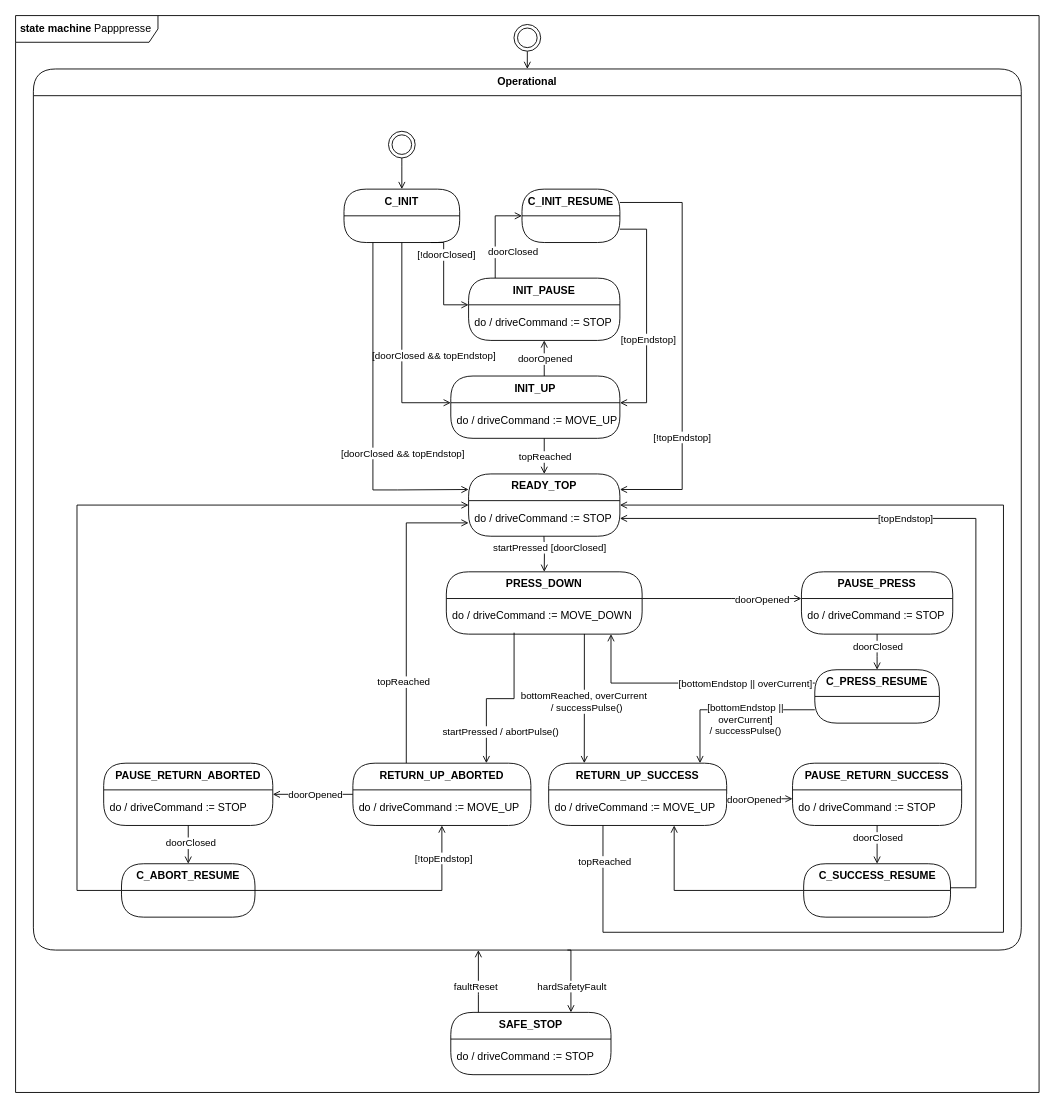
The draw.io diagram diagrams/state machine Papppresse.drawio in niklasdathe/Papppresse, before the edit. Source tidied: cells renumbered, new cells numbered last; positions are measured from the earlier drawing's top-left corner, leaving out a move shared by most shapes. Both pictures are drawn from the tidied source at 89%, with x=0, y=0 at pixel (15, 15).
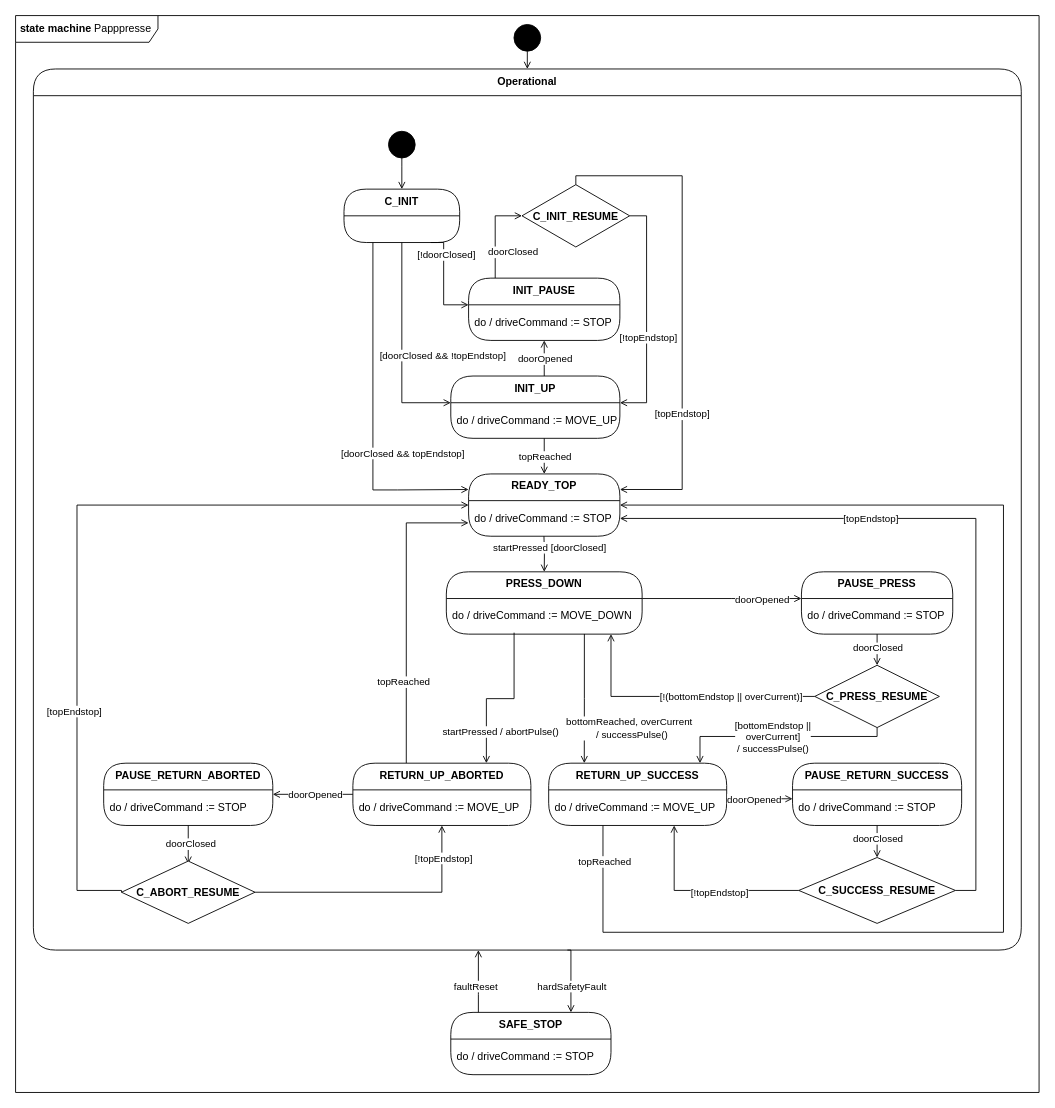
After the change.

The change refers to these unchanged cells:
```xml
<mxCell id="17" value="do / driveCommand := MOVE_UP" style="fillColor=none;strokeColor=none;align=left;verticalAlign=middle;spacingLeft=5;whiteSpace=wrap;html=1;" parent="16" vertex="1">
  <mxGeometry y="30" width="190" height="40" as="geometry" />
</mxCell>
<mxCell id="18" value="READY_TOP" style="swimlane;fontStyle=1;align=center;verticalAlign=top;horizontal=1;startSize=30;html=1;rounded=1;absoluteArcSize=1;arcSize=50;whiteSpace=wrap;" parent="1" vertex="1">
  <mxGeometry x="509" y="515" width="170" height="70" as="geometry" />
</mxCell>
<mxCell id="19" value="do / driveCommand := STOP" style="fillColor=none;strokeColor=none;align=left;verticalAlign=middle;spacingLeft=5;whiteSpace=wrap;html=1;" parent="18" vertex="1">
  <mxGeometry y="30" width="170" height="40" as="geometry" />
</mxCell>
<mxCell id="23" value="do / driveCommand := MOVE_DOWN" style="fillColor=none;strokeColor=none;align=left;verticalAlign=middle;spacingLeft=5;whiteSpace=wrap;html=1;" parent="22" vertex="1">
  <mxGeometry y="30" width="220" height="40" as="geometry" />
</mxCell>
<mxCell id="26" value="PAUSE_PRESS" style="swimlane;fontStyle=1;align=center;verticalAlign=top;horizontal=1;startSize=30;html=1;rounded=1;absoluteArcSize=1;arcSize=50;whiteSpace=wrap;" parent="1" vertex="1">
  <mxGeometry x="883" y="625" width="170" height="70" as="geometry" />
</mxCell>
<mxCell id="28" value="RETURN_UP_SUCCESS" style="swimlane;fontStyle=1;align=center;verticalAlign=top;horizontal=1;startSize=30;html=1;rounded=1;absoluteArcSize=1;arcSize=50;whiteSpace=wrap;" parent="1" vertex="1">
  <mxGeometry x="599" y="840" width="200" height="70" as="geometry" />
</mxCell>
<mxCell id="32" value="PAUSE_RETURN_SUCCESS" style="swimlane;fontStyle=1;align=center;verticalAlign=top;horizontal=1;startSize=30;html=1;rounded=1;absoluteArcSize=1;arcSize=50;whiteSpace=wrap;" parent="1" vertex="1">
  <mxGeometry x="873" y="840" width="190" height="70" as="geometry" />
</mxCell>
<mxCell id="38" value="RETURN_UP_ABORTED" style="swimlane;fontStyle=1;align=center;verticalAlign=top;horizontal=1;startSize=30;html=1;rounded=1;absoluteArcSize=1;arcSize=50;whiteSpace=wrap;" parent="1" vertex="1">
  <mxGeometry x="379" y="840" width="200" height="70" as="geometry" />
</mxCell>
<mxCell id="45" style="edgeStyle=orthogonalEdgeStyle;rounded=0;jettySize=auto;html=1;exitX=0.5;exitY=1;exitDx=0;exitDy=0;entryX=0;entryY=0;entryDx=0;entryDy=0;endArrow=open;endFill=0;" parent="1" edge="1" source="49" target="17">
  <mxGeometry relative="1" as="geometry">
    <Array as="points">
      <mxPoint x="434" y="435" />
    </Array>
  </mxGeometry>
</mxCell>
<mxCell id="49" value="C_INIT" style="swimlane;fontStyle=1;align=center;verticalAlign=top;horizontal=1;startSize=30;html=1;rounded=1;absoluteArcSize=1;arcSize=50;whiteSpace=wrap;" parent="1" vertex="1">
  <mxGeometry x="369" y="195" width="130" height="60" as="geometry" />
</mxCell>
<mxCell id="73" style="edgeStyle=orthogonalEdgeStyle;rounded=0;jettySize=auto;html=1;endArrow=open;endFill=0;exitX=0.705;exitY=0.996;exitDx=0;exitDy=0;exitPerimeter=0;" parent="1" edge="1" source="23">
  <mxGeometry relative="1" as="geometry">
    <mxPoint x="639" y="840" as="targetPoint" />
  </mxGeometry>
</mxCell>
<mxCell id="76" value="do / driveCommand := STOP" style="fillColor=none;strokeColor=none;align=left;verticalAlign=middle;spacingLeft=5;whiteSpace=wrap;html=1;" parent="75" vertex="1">
  <mxGeometry y="30" width="190" height="40" as="geometry" />
</mxCell>
```

Diff of the diagram source:
```diff
@@
     <mxCell id="24" style="edgeStyle=orthogonalEdgeStyle;rounded=0;jettySize=auto;html=1;entryX=0.5;entryY=0;entryDx=0;entryDy=0;endArrow=open;endFill=0;" parent="1" edge="1" source="26" target="66">
-      <mxGeometry relative="1" as="geometry">
-        <Array as="points">
-          <mxPoint x="968" y="720" />
-          <mxPoint x="968" y="720" />
-        </Array>
-      </mxGeometry>
+      <mxGeometry relative="1" as="geometry" />
     </mxCell>
     <mxCell id="25" value="doorClosed" style="edgeLabel;html=1;align=center;verticalAlign=middle;" parent="24" vertex="1">
-      <mxGeometry x="0.09" relative="1" as="geometry">
-        <mxPoint y="-9" as="offset" />
-      </mxGeometry>
+      <mxGeometry x="0.09" relative="1" as="geometry" />
     </mxCell>
@@
     <mxCell id="30" style="edgeStyle=orthogonalEdgeStyle;rounded=0;jettySize=auto;html=1;endArrow=open;endFill=0;entryX=0.5;entryY=0;entryDx=0;entryDy=0;" parent="1" edge="1" source="32" target="72">
-      <mxGeometry relative="1" as="geometry">
-        <Array as="points">
-          <mxPoint x="968" y="933" />
-          <mxPoint x="968" y="933" />
-        </Array>
-      </mxGeometry>
+      <mxGeometry relative="1" as="geometry" />
     </mxCell>
@@
-    <mxCell id="40" style="edgeStyle=orthogonalEdgeStyle;rounded=0;jettySize=auto;html=1;endArrow=open;endFill=0;" parent="1" edge="1" source="41">
+    <mxCell id="40" style="edgeStyle=orthogonalEdgeStyle;rounded=0;orthogonalLoop=1;jettySize=auto;html=1;endArrow=open;endFill=0;" parent="1" edge="1">
       <mxGeometry relative="1" as="geometry">
+        <mxPoint x="575" y="40" as="sourcePoint" />
         <mxPoint x="575" y="60" as="targetPoint" />
       </mxGeometry>
     </mxCell>
-    <mxCell id="41" style="ellipse;shape=doubleEllipse;html=1;dashed=0;whiteSpace=wrap;" parent="1" vertex="1">
-      <mxGeometry x="560" y="10" width="30" height="30" as="geometry" />
-    </mxCell>
-    <mxCell id="42" style="edgeStyle=orthogonalEdgeStyle;rounded=0;jettySize=auto;html=1;entryX=0.5;entryY=0;entryDx=0;entryDy=0;endArrow=open;endFill=0;exitX=0.5;exitY=1;exitDx=0;exitDy=0;" parent="1" edge="1" source="61" target="49">
+    <mxCell id="42" style="edgeStyle=orthogonalEdgeStyle;rounded=0;jettySize=auto;html=1;entryX=0.5;entryY=0;entryDx=0;entryDy=0;endArrow=open;endFill=0;exitX=0.5;exitY=1;exitDx=0;exitDy=0;" parent="1" edge="1" target="49">
       <mxGeometry relative="1" as="geometry">
+        <mxPoint x="434" y="160" as="sourcePoint" />
         <Array as="points">
           <mxPoint x="434" y="170" />
           <mxPoint x="434" y="170" />
         </Array>
       </mxGeometry>
     </mxCell>
@@
-    <mxCell id="46" value="[doorClosed &amp;amp;&amp;amp; topEndstop]" style="edgeLabel;html=1;align=center;verticalAlign=middle;" parent="45" vertex="1">
+    <mxCell id="46" value="[doorClosed &amp;amp;&amp;amp; !topEndstop]" style="edgeLabel;html=1;align=center;verticalAlign=middle;" parent="45" vertex="1">
       <mxGeometry x="-0.03" y="-4" relative="1" as="geometry">
-        <mxPoint x="39" y="12" as="offset" />
+        <mxPoint x="49" y="12" as="offset" />
       </mxGeometry>
     </mxCell>
@@
-    <mxCell id="52" style="edgeStyle=orthogonalEdgeStyle;rounded=0;jettySize=auto;html=1;entryX=1;entryY=0;entryDx=0;entryDy=0;exitX=1;exitY=0.75;exitDx=0;exitDy=0;endArrow=open;endFill=0;" parent="1" edge="1" source="57" target="17">
+    <mxCell id="52" style="edgeStyle=orthogonalEdgeStyle;rounded=0;jettySize=auto;html=1;entryX=1;entryY=0;entryDx=0;entryDy=0;exitX=1;exitY=0.5;exitDx=0;exitDy=0;endArrow=open;endFill=0;" parent="1" edge="1" source="57" target="17">
       <mxGeometry relative="1" as="geometry">
         <Array as="points">
-          <mxPoint x="709" y="240" />
+          <mxPoint x="709" y="225" />
           <mxPoint x="709" y="435" />
         </Array>
       </mxGeometry>
     </mxCell>
@@
-    <mxCell id="54" value="[topEndstop]" style="edgeLabel;html=1;align=center;verticalAlign=middle;" parent="52" vertex="1">
+    <mxCell id="54" value="[!topEndstop]" style="edgeLabel;html=1;align=center;verticalAlign=middle;" parent="52" vertex="1">
       <mxGeometry x="0.2" y="1" relative="1" as="geometry" />
     </mxCell>
-    <mxCell id="55" style="edgeStyle=orthogonalEdgeStyle;rounded=0;jettySize=auto;html=1;entryX=1;entryY=0.25;entryDx=0;entryDy=0;exitX=1;exitY=0.25;exitDx=0;exitDy=0;endArrow=open;endFill=0;" parent="1" edge="1" source="57" target="18">
+    <mxCell id="55" style="edgeStyle=orthogonalEdgeStyle;rounded=0;jettySize=auto;html=1;entryX=1;entryY=0.25;entryDx=0;entryDy=0;exitX=0.5;exitY=0;exitDx=0;exitDy=0;endArrow=open;endFill=0;" parent="1" edge="1" source="57" target="18">
       <mxGeometry relative="1" as="geometry">
         <Array as="points">
-          <mxPoint x="749" y="210" />
-          <mxPoint x="749" y="533" />
-          <mxPoint x="679" y="533" />
+          <mxPoint x="630" y="180" />
+          <mxPoint x="749" y="180" />
+          <mxPoint x="749" y="532" />
         </Array>
       </mxGeometry>
     </mxCell>
-    <mxCell id="56" value="[!topEndstop]" style="edgeLabel;html=1;align=center;verticalAlign=middle;" parent="55" vertex="1">
+    <mxCell id="56" value="[topEndstop]" style="edgeLabel;html=1;align=center;verticalAlign=middle;" parent="55" vertex="1">
       <mxGeometry x="0.44" y="-1" relative="1" as="geometry" />
     </mxCell>
-    <mxCell id="57" value="C_INIT_RESUME" style="swimlane;fontStyle=1;align=center;verticalAlign=top;horizontal=1;startSize=30;html=1;rounded=1;absoluteArcSize=1;arcSize=50;whiteSpace=wrap;" parent="1" vertex="1">
-      <mxGeometry x="569" y="195" width="110" height="60" as="geometry" />
-    </mxCell>
@@
-    <mxCell id="60" style="edgeStyle=orthogonalEdgeStyle;rounded=0;jettySize=auto;html=1;entryX=0.5;entryY=0;entryDx=0;entryDy=0;endArrow=open;endFill=0;exitX=1;exitY=0.5;exitDx=0;exitDy=0;" parent="1" edge="1" target="61">
-      <mxGeometry relative="1" as="geometry">
-        <mxPoint x="449" y="140" as="sourcePoint" />
-      </mxGeometry>
-    </mxCell>
-    <mxCell id="61" style="ellipse;shape=doubleEllipse;html=1;dashed=0;whiteSpace=wrap;" parent="1" vertex="1">
-      <mxGeometry x="419" y="130" width="30" height="30" as="geometry" />
-    </mxCell>
-    <mxCell id="62" style="edgeStyle=orthogonalEdgeStyle;rounded=0;jettySize=auto;html=1;endArrow=open;endFill=0;exitX=0;exitY=0.75;exitDx=0;exitDy=0;" parent="1" edge="1" source="66" target="28">
+    <mxCell id="62" style="edgeStyle=orthogonalEdgeStyle;rounded=0;jettySize=auto;html=1;endArrow=open;endFill=0;exitX=0.5;exitY=1;exitDx=0;exitDy=0;" parent="1" edge="1" source="66" target="28">
       <mxGeometry relative="1" as="geometry">
         <Array as="points">
-          <mxPoint x="769" y="780" />
+          <mxPoint x="968" y="810" />
+          <mxPoint x="769" y="810" />
         </Array>
       </mxGeometry>
     </mxCell>
     <mxCell id="63" value="[bottomEndstop ||&lt;div&gt;&amp;nbsp;overCurrent]&amp;nbsp;&lt;div&gt;/ successPulse()&lt;/div&gt;&lt;/div&gt;" style="edgeLabel;html=1;align=center;verticalAlign=middle;" parent="62" vertex="1">
       <mxGeometry x="0.33" relative="1" as="geometry">
-        <mxPoint x="47" y="10" as="offset" />
+        <mxPoint x="31" as="offset" />
       </mxGeometry>
     </mxCell>
-    <mxCell id="64" style="edgeStyle=orthogonalEdgeStyle;rounded=0;jettySize=auto;html=1;exitX=0;exitY=0.25;exitDx=0;exitDy=0;endArrow=open;endFill=0;" parent="1" edge="1" source="66" target="23">
+    <mxCell id="64" style="edgeStyle=orthogonalEdgeStyle;rounded=0;jettySize=auto;html=1;exitX=0;exitY=0.5;exitDx=0;exitDy=0;endArrow=open;endFill=0;" parent="1" edge="1" source="66" target="23">
       <mxGeometry relative="1" as="geometry">
         <Array as="points">
-          <mxPoint x="669" y="750" />
+          <mxPoint x="669" y="765" />
         </Array>
       </mxGeometry>
     </mxCell>
-    <mxCell id="65" value="[bottomEndstop ||&amp;nbsp;&lt;span style=&quot;background-color: light-dark(#ffffff, var(--ge-dark-color, #121212)); color: light-dark(rgb(0, 0, 0), rgb(255, 255, 255));&quot;&gt;overCurrent]&lt;/span&gt;" style="edgeLabel;html=1;align=center;verticalAlign=middle;" parent="64" vertex="1">
+    <mxCell id="65" value="[!(bottomEndstop || overCurrent)]" style="edgeLabel;html=1;align=center;verticalAlign=middle;" parent="64" vertex="1">
       <mxGeometry x="-0.09" y="-1" relative="1" as="geometry">
-        <mxPoint x="50" y="1" as="offset" />
+        <mxPoint x="41" y="1" as="offset" />
       </mxGeometry>
     </mxCell>
-    <mxCell id="66" value="C_PRESS_RESUME" style="swimlane;fontStyle=1;align=center;verticalAlign=top;horizontal=1;startSize=30;html=1;rounded=1;absoluteArcSize=1;arcSize=50;whiteSpace=wrap;" parent="1" vertex="1">
-      <mxGeometry x="898" y="735" width="140" height="60" as="geometry" />
-    </mxCell>
@@
-    <mxCell id="69" style="edgeStyle=orthogonalEdgeStyle;rounded=0;jettySize=auto;html=1;entryX=1;entryY=0.5;entryDx=0;entryDy=0;endArrow=open;endFill=0;" parent="1" edge="1" target="19">
+    <mxCell id="69" style="edgeStyle=orthogonalEdgeStyle;rounded=0;jettySize=auto;html=1;entryX=1;entryY=0.5;entryDx=0;entryDy=0;endArrow=open;endFill=0;exitX=1;exitY=0.5;exitDx=0;exitDy=0;" parent="1" edge="1" source="72" target="19">
       <mxGeometry relative="1" as="geometry">
-        <mxPoint x="967" y="980" as="sourcePoint" />
         <Array as="points">
-          <mxPoint x="1079" y="980" />
+          <mxPoint x="1079" y="983" />
           <mxPoint x="1079" y="565" />
         </Array>
       </mxGeometry>
     </mxCell>
     <mxCell id="70" value="[topEndstop]" style="edgeLabel;html=1;align=center;verticalAlign=middle;" parent="69" vertex="1">
       <mxGeometry x="0.07" relative="1" as="geometry">
-        <mxPoint x="-80" y="-31" as="offset" />
+        <mxPoint x="-110" as="offset" />
       </mxGeometry>
     </mxCell>
-    <mxCell id="71" style="edgeStyle=orthogonalEdgeStyle;rounded=0;jettySize=auto;html=1;endArrow=open;endFill=0;" parent="1" edge="1" source="72" target="28">
+    <mxCell id="71" style="edgeStyle=orthogonalEdgeStyle;rounded=0;jettySize=auto;html=1;endArrow=open;endFill=0;exitX=0;exitY=0.5;exitDx=0;exitDy=0;" parent="1" edge="1" source="72" target="28">
       <mxGeometry relative="1" as="geometry">
         <Array as="points">
           <mxPoint x="740" y="983" />
         </Array>
       </mxGeometry>
     </mxCell>
-    <mxCell id="72" value="C_SUCCESS_RESUME" style="swimlane;fontStyle=1;align=center;verticalAlign=top;horizontal=1;startSize=30;html=1;rounded=1;absoluteArcSize=1;arcSize=50;whiteSpace=wrap;" parent="1" vertex="1">
-      <mxGeometry x="885.5" y="953" width="165" height="60" as="geometry" />
-    </mxCell>
+    <mxCell id="87" value="[!topEndstop]" style="edgeLabel;html=1;align=center;verticalAlign=middle;" parent="71" vertex="1">
+      <mxGeometry x="0.04" relative="1" as="geometry">
+        <mxPoint x="21" y="2" as="offset" />
+      </mxGeometry>
+    </mxCell>
@@
     <mxCell id="74" value="bottomReached, overCurrent&amp;nbsp;&lt;div&gt;&amp;nbsp;/ successPulse()&lt;/div&gt;" style="edgeLabel;html=1;align=center;verticalAlign=middle;" parent="73" vertex="1">
       <mxGeometry x="0.14" y="-3" relative="1" as="geometry">
-        <mxPoint x="3" y="-7" as="offset" />
+        <mxPoint x="54" y="23" as="offset" />
       </mxGeometry>
     </mxCell>
@@
-    <mxCell id="81" style="edgeStyle=orthogonalEdgeStyle;rounded=0;jettySize=auto;html=1;endArrow=open;endFill=0;" parent="1" edge="1" source="84" target="18">
+    <mxCell id="81" style="edgeStyle=orthogonalEdgeStyle;rounded=0;jettySize=auto;html=1;endArrow=open;endFill=0;exitX=0;exitY=0.5;exitDx=0;exitDy=0;" parent="1" edge="1" source="84" target="18">
       <mxGeometry relative="1" as="geometry">
         <Array as="points">
+          <mxPoint x="119" y="983" />
           <mxPoint x="69" y="983" />
           <mxPoint x="69" y="550" />
         </Array>
       </mxGeometry>
     </mxCell>
+    <mxCell id="88" value="[topEndstop]" style="edgeLabel;html=1;align=center;verticalAlign=middle;" parent="81" vertex="1">
+      <mxGeometry x="-0.45" y="4" relative="1" as="geometry" />
+    </mxCell>
-    <mxCell id="82" style="edgeStyle=orthogonalEdgeStyle;rounded=0;jettySize=auto;html=1;endArrow=open;endFill=0;" parent="1" edge="1" source="84" target="38">
+    <mxCell id="82" style="edgeStyle=orthogonalEdgeStyle;rounded=0;jettySize=auto;html=1;endArrow=open;endFill=0;exitX=1;exitY=0.5;exitDx=0;exitDy=0;" parent="1" edge="1" source="84" target="38">
       <mxGeometry relative="1" as="geometry" />
     </mxCell>
@@
-    <mxCell id="84" value="C_ABORT_RESUME" style="swimlane;fontStyle=1;align=center;verticalAlign=top;horizontal=1;startSize=30;html=1;rounded=1;absoluteArcSize=1;arcSize=50;whiteSpace=wrap;" parent="1" vertex="1">
-      <mxGeometry x="119" y="953" width="150" height="60" as="geometry" />
-    </mxCell>
-    <mxCell id="85" style="edgeStyle=orthogonalEdgeStyle;rounded=0;jettySize=auto;html=1;entryX=0.5;entryY=0;entryDx=0;entryDy=0;endArrow=open;endFill=0;" parent="1" edge="1" source="76" target="84">
-      <mxGeometry relative="1" as="geometry" />
+    <mxCell id="85" style="edgeStyle=orthogonalEdgeStyle;rounded=0;jettySize=auto;html=1;entryX=0.5;entryY=0;entryDx=0;entryDy=0;endArrow=open;endFill=0;" parent="1" edge="1" source="76">
+      <mxGeometry relative="1" as="geometry">
+        <mxPoint x="194" y="953" as="targetPoint" />
+      </mxGeometry>
     </mxCell>
@@
+    <mxCell id="89" style="ellipse;fillColor=strokeColor;html=1;" parent="1" vertex="1">
+      <mxGeometry x="560" y="10" width="30" height="30" as="geometry" />
+    </mxCell>
+    <mxCell id="90" style="ellipse;fillColor=strokeColor;html=1;" parent="1" vertex="1">
+      <mxGeometry x="419" y="130" width="30" height="30" as="geometry" />
+    </mxCell>
+    <mxCell id="57" value="C_INIT_RESUME" style="rhombus;fontStyle=1;" parent="1" vertex="1">
+      <mxGeometry x="569" y="190" width="121" height="70" as="geometry" />
+    </mxCell>
+    <mxCell id="66" value="C_PRESS_RESUME" style="rhombus;fontStyle=1;" parent="1" vertex="1">
+      <mxGeometry x="898" y="730" width="140" height="70" as="geometry" />
+    </mxCell>
+    <mxCell id="72" value="C_SUCCESS_RESUME" style="rhombus;fontStyle=1;" parent="1" vertex="1">
+      <mxGeometry x="880" y="946" width="176" height="74" as="geometry" />
+    </mxCell>
+    <mxCell id="84" value="C_ABORT_RESUME" style="rhombus;fontStyle=1;" parent="1" vertex="1">
+      <mxGeometry x="119" y="950" width="150" height="70" as="geometry" />
+    </mxCell>
```
